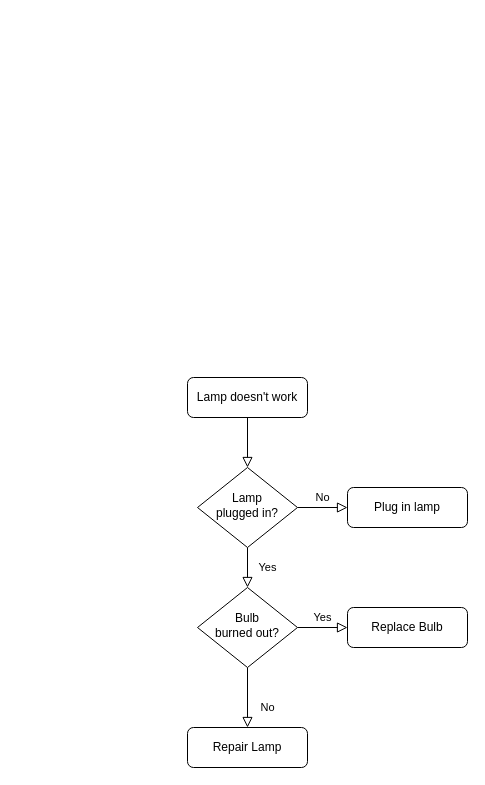
Above: Diagrama_d_flujo.drawio in Haroldajnp21/Faja_embebidos_UPAO (draw.io), before the change. Source tidied: cells renumbered, new cells numbered last; positions are measured from the earlier drawing's top-left corner, leaving out a move shared by most shapes. Both pictures are drawn from the tidied source at 100%, with x=0, y=0 at pixel (187, 377).
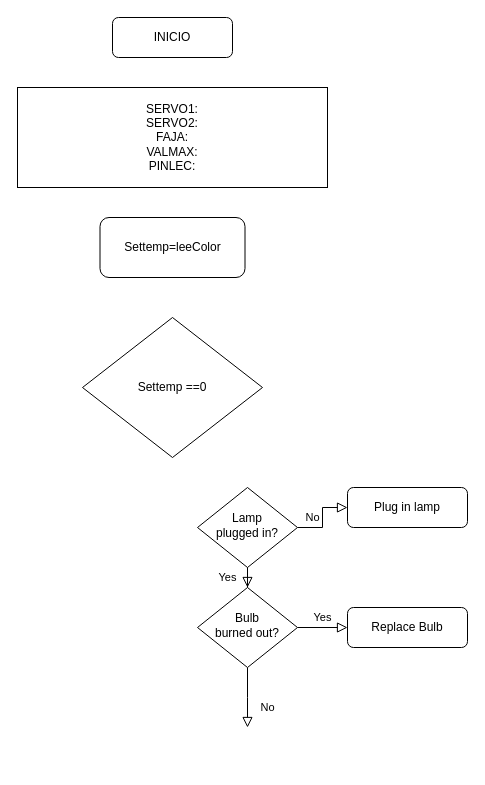
After the change.

Commit message:
avanzado_principio

Diff of the diagram source:
```diff
@@
 <mxGraphModel>
   <root>
     <mxCell id="0" />
     <mxCell id="1" parent="0" />
-    <mxCell id="2" style="rounded=0;html=1;jettySize=auto;fontSize=11;endArrow=block;endFill=0;endSize=8;strokeWidth=1;shadow=0;labelBackgroundColor=none;edgeStyle=orthogonalEdgeStyle;" parent="1" edge="1" source="3" target="6">
-      <mxGeometry relative="1" as="geometry" />
-    </mxCell>
-    <mxCell id="3" value="Lamp doesn't work" style="rounded=1;whiteSpace=wrap;html=1;fontSize=12;glass=0;strokeWidth=1;shadow=0;" parent="1" vertex="1">
-      <mxGeometry width="120" height="40" as="geometry" />
+    <mxCell id="3" value="INICIO " style="rounded=1;whiteSpace=wrap;html=1;fontSize=12;glass=0;strokeWidth=1;shadow=0;" parent="1" vertex="1">
+      <mxGeometry x="-75" y="-360" width="120" height="40" as="geometry" />
     </mxCell>
     <mxCell id="4" value="Yes" style="rounded=0;html=1;jettySize=auto;fontSize=11;endArrow=block;endFill=0;endSize=8;strokeWidth=1;shadow=0;labelBackgroundColor=none;edgeStyle=orthogonalEdgeStyle;" parent="1" edge="1" source="6" target="10">
       <mxGeometry y="20" relative="1" as="geometry" />
     </mxCell>
     <mxCell id="5" value="No" style="edgeStyle=orthogonalEdgeStyle;rounded=0;html=1;jettySize=auto;fontSize=11;endArrow=block;endFill=0;endSize=8;strokeWidth=1;shadow=0;labelBackgroundColor=none;" parent="1" edge="1" source="6" target="7">
       <mxGeometry y="10" relative="1" as="geometry" />
     </mxCell>
     <mxCell id="6" value="Lamp&lt;br&gt;plugged in?" style="rhombus;whiteSpace=wrap;html=1;shadow=0;fontFamily=Helvetica;fontSize=12;align=center;strokeWidth=1;spacing=6;spacingTop=-4;" parent="1" vertex="1">
-      <mxGeometry x="10" y="90" width="100" height="80" as="geometry" />
+      <mxGeometry x="10" y="110" width="100" height="80" as="geometry" />
     </mxCell>
     <mxCell id="7" value="Plug in lamp" style="rounded=1;whiteSpace=wrap;html=1;fontSize=12;glass=0;strokeWidth=1;shadow=0;" parent="1" vertex="1">
       <mxGeometry x="160" y="110" width="120" height="40" as="geometry" />
     </mxCell>
-    <mxCell id="8" value="No" style="rounded=0;html=1;jettySize=auto;fontSize=11;endArrow=block;endFill=0;endSize=8;strokeWidth=1;shadow=0;labelBackgroundColor=none;edgeStyle=orthogonalEdgeStyle;" parent="1" edge="1" source="10" target="11">
-      <mxGeometry x="0.33" y="20" relative="1" as="geometry" />
+    <mxCell id="8" value="No" style="rounded=0;html=1;jettySize=auto;fontSize=11;endArrow=block;endFill=0;endSize=8;strokeWidth=1;shadow=0;labelBackgroundColor=none;edgeStyle=orthogonalEdgeStyle;" parent="1" edge="1" source="10">
+      <mxGeometry x="0.33" y="20" relative="1" as="geometry">
+        <mxPoint x="60" y="350" as="targetPoint" />
+      </mxGeometry>
     </mxCell>
     <mxCell id="9" value="Yes" style="edgeStyle=orthogonalEdgeStyle;rounded=0;html=1;jettySize=auto;fontSize=11;endArrow=block;endFill=0;endSize=8;strokeWidth=1;shadow=0;labelBackgroundColor=none;" parent="1" edge="1" source="10" target="12">
       <mxGeometry y="10" relative="1" as="geometry" />
     </mxCell>
     <mxCell id="10" value="Bulb&lt;br&gt;burned out?" style="rhombus;whiteSpace=wrap;html=1;shadow=0;fontFamily=Helvetica;fontSize=12;align=center;strokeWidth=1;spacing=6;spacingTop=-4;" parent="1" vertex="1">
       <mxGeometry x="10" y="210" width="100" height="80" as="geometry" />
     </mxCell>
-    <mxCell id="11" value="Repair Lamp" style="rounded=1;whiteSpace=wrap;html=1;fontSize=12;glass=0;strokeWidth=1;shadow=0;" parent="1" vertex="1">
-      <mxGeometry y="350" width="120" height="40" as="geometry" />
-    </mxCell>
     <mxCell id="12" value="Replace Bulb" style="rounded=1;whiteSpace=wrap;html=1;fontSize=12;glass=0;strokeWidth=1;shadow=0;" parent="1" vertex="1">
       <mxGeometry x="160" y="230" width="120" height="40" as="geometry" />
     </mxCell>
+    <mxCell id="13" value="&lt;div&gt;SERVO1:&lt;/div&gt;&lt;div&gt;SERVO2:&lt;br&gt;&lt;/div&gt;&lt;div&gt;FAJA:&lt;/div&gt;&lt;div&gt;VALMAX:&lt;/div&gt;&lt;div&gt;PINLEC:&lt;br&gt;&lt;/div&gt;" style="rounded=0;whiteSpace=wrap;html=1;" parent="1" vertex="1">
+      <mxGeometry x="-170" y="-290" width="310" height="100" as="geometry" />
+    </mxCell>
+    <mxCell id="14" value="Settemp=leeColor" style="rounded=1;whiteSpace=wrap;html=1;" parent="1" vertex="1">
+      <mxGeometry x="-87.5" y="-160" width="145" height="60" as="geometry" />
+    </mxCell>
+    <mxCell id="15" value="Settemp ==0" style="rhombus;whiteSpace=wrap;html=1;" parent="1" vertex="1">
+      <mxGeometry x="-105" y="-60" width="180" height="140" as="geometry" />
+    </mxCell>
   </root>
 </mxGraphModel>
```
